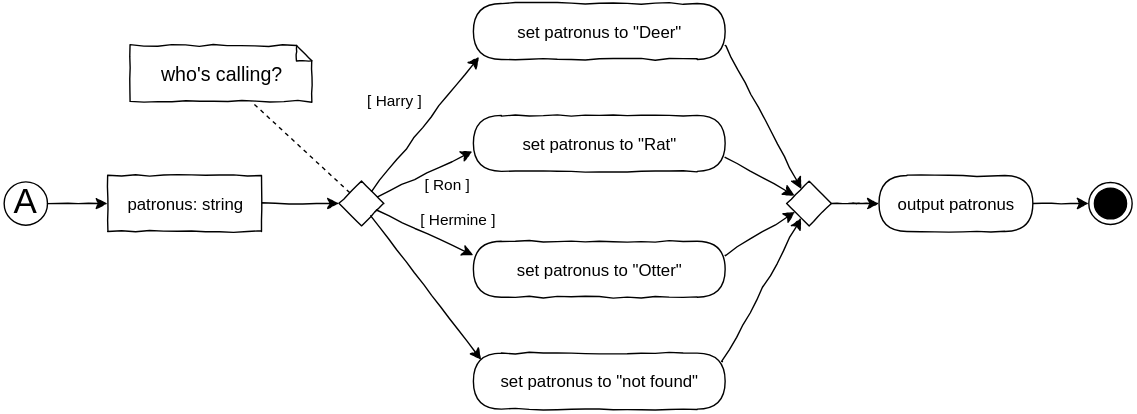
Above: X01_Appendix/UML/BasicMultiple.svg in JirkaDellOro/Code-Inverted (draw.io), before the change. Source tidied: cells renumbered, new cells last; positions are measured from the earlier drawing's top-left corner, leaving out a move shared by most shapes. The source it was exported from:
```xml
<mxGraphModel>
  <root>
    <mxCell id="0" />
    <mxCell id="1" parent="0" />
    <mxCell id="2" value="set patronus to &quot;Rat&quot;" style="rounded=1;whiteSpace=wrap;html=1;absoluteArcSize=1;arcSize=50;strokeWidth=1;shadow=0;comic=1;" parent="1" vertex="1">
      <mxGeometry x="335.5" y="80" width="180" height="40" as="geometry" />
    </mxCell>
    <mxCell id="3" value="[ Ron ]" style="rounded=0;jettySize=auto;html=1;comic=1;entryX=-0.004;entryY=0.645;entryDx=0;entryDy=0;entryPerimeter=0;verticalAlign=top;" parent="1" edge="1" source="8" target="2">
      <mxGeometry x="0.45" y="-3" relative="1" as="geometry" />
    </mxCell>
    <mxCell id="4" style="ellipse;html=1;shape=endState;fillColor=#000000;strokeColor=#000000;comic=1;" parent="1" vertex="1">
      <mxGeometry x="775.5" y="128" width="31" height="30" as="geometry" />
    </mxCell>
    <mxCell id="5" style="edgeStyle=orthogonalEdgeStyle;rounded=0;jettySize=auto;html=1;comic=1;" parent="1" edge="1" source="14" target="4">
      <mxGeometry relative="1" as="geometry" />
    </mxCell>
    <mxCell id="6" value="&lt;font style=&quot;font-size: 25px ; line-height: 60%&quot;&gt;A&lt;/font&gt;" style="ellipse;whiteSpace=wrap;html=1;rounded=0;shadow=0;comic=1;strokeWidth=1;fillColor=#FFFFFF;" parent="1" vertex="1">
      <mxGeometry y="127.5" width="31" height="31" as="geometry" />
    </mxCell>
    <mxCell id="7" style="rounded=0;comic=1;jettySize=auto;html=1;verticalAlign=bottom;exitX=1;exitY=0.75;exitDx=0;exitDy=0;" parent="1" edge="1" source="12" target="10">
      <mxGeometry relative="1" as="geometry" />
    </mxCell>
    <mxCell id="8" style="rhombus;whiteSpace=wrap;html=1;rounded=0;shadow=0;glass=0;comic=1;strokeColor=#000000;align=left;" parent="1" vertex="1">
      <mxGeometry x="239.5" y="127" width="32" height="32" as="geometry" />
    </mxCell>
    <mxCell id="9" style="edgeStyle=orthogonalEdgeStyle;rounded=0;jettySize=auto;html=1;comic=1;" parent="1" edge="1" source="22" target="8">
      <mxGeometry relative="1" as="geometry" />
    </mxCell>
    <mxCell id="10" style="rhombus;whiteSpace=wrap;html=1;rounded=0;shadow=0;glass=0;comic=1;strokeColor=#000000;align=left;" parent="1" vertex="1">
      <mxGeometry x="559.5" y="127" width="32" height="32" as="geometry" />
    </mxCell>
    <mxCell id="11" style="rounded=0;jettySize=auto;html=1;comic=1;exitX=1;exitY=0.75;exitDx=0;exitDy=0;" parent="1" edge="1" source="2" target="10">
      <mxGeometry relative="1" as="geometry" />
    </mxCell>
    <mxCell id="12" value="set patronus to &quot;Deer&quot;" style="rounded=1;whiteSpace=wrap;html=1;absoluteArcSize=1;arcSize=50;strokeWidth=1;shadow=0;comic=1;" parent="1" vertex="1">
      <mxGeometry x="335.5" width="180" height="40" as="geometry" />
    </mxCell>
    <mxCell id="13" value="[ Harry ]" style="rounded=0;comic=1;jettySize=auto;html=1;verticalAlign=middle;entryX=0.023;entryY=0.955;entryDx=0;entryDy=0;entryPerimeter=0;" parent="1" edge="1" source="8" target="12">
      <mxGeometry x="-0.01" y="27" relative="1" as="geometry" />
    </mxCell>
    <mxCell id="14" value="output patronus" style="rounded=1;whiteSpace=wrap;html=1;absoluteArcSize=1;arcSize=50;strokeWidth=1;shadow=0;comic=1;" parent="1" vertex="1">
      <mxGeometry x="625.5" y="123" width="110" height="40" as="geometry" />
    </mxCell>
    <mxCell id="15" style="edgeStyle=orthogonalEdgeStyle;rounded=0;jettySize=auto;html=1;comic=1;" parent="1" edge="1" source="10" target="14">
      <mxGeometry relative="1" as="geometry" />
    </mxCell>
    <mxCell id="16" value="set patronus to &quot;not found&quot;" style="rounded=1;whiteSpace=wrap;html=1;absoluteArcSize=1;arcSize=50;strokeWidth=1;shadow=0;comic=1;" parent="1" vertex="1">
      <mxGeometry x="335.5" y="250" width="180" height="40" as="geometry" />
    </mxCell>
    <mxCell id="17" value="set patronus to &quot;Otter&quot;" style="rounded=1;whiteSpace=wrap;html=1;absoluteArcSize=1;arcSize=50;strokeWidth=1;shadow=0;comic=1;" parent="1" vertex="1">
      <mxGeometry x="335.5" y="170" width="180" height="40" as="geometry" />
    </mxCell>
    <mxCell id="18" value="[ Hermine ]" style="rounded=0;jettySize=auto;html=1;comic=1;entryX=0;entryY=0.25;entryDx=0;entryDy=0;verticalAlign=bottom;" parent="1" edge="1" source="8" target="17">
      <mxGeometry x="0.56" y="11" relative="1" as="geometry" />
    </mxCell>
    <mxCell id="19" style="rounded=0;jettySize=auto;html=1;comic=1;entryX=0.031;entryY=0.119;entryDx=0;entryDy=0;entryPerimeter=0;" parent="1" edge="1" source="8" target="16">
      <mxGeometry relative="1" as="geometry" />
    </mxCell>
    <mxCell id="20" style="rounded=0;jettySize=auto;html=1;comic=1;exitX=1;exitY=0.25;exitDx=0;exitDy=0;" parent="1" edge="1" source="17" target="10">
      <mxGeometry relative="1" as="geometry" />
    </mxCell>
    <mxCell id="21" style="rounded=0;jettySize=auto;html=1;comic=1;exitX=0.989;exitY=0.153;exitDx=0;exitDy=0;exitPerimeter=0;" parent="1" edge="1" source="16" target="10">
      <mxGeometry relative="1" as="geometry" />
    </mxCell>
    <mxCell id="22" value="&lt;div style=&quot;text-align: left&quot;&gt;patronus: string&lt;/div&gt;" style="rounded=0;whiteSpace=wrap;html=1;comic=1;" parent="1" vertex="1">
      <mxGeometry x="74" y="123" width="110" height="40" as="geometry" />
    </mxCell>
    <mxCell id="23" style="edgeStyle=orthogonalEdgeStyle;rounded=0;jettySize=auto;html=1;comic=1;" parent="1" edge="1" source="6" target="22">
      <mxGeometry relative="1" as="geometry" />
    </mxCell>
    <mxCell id="24" value="who's calling?" style="shape=note;strokeWidth=1;fontSize=14;size=11;whiteSpace=wrap;html=1;rounded=0;shadow=0;comic=1;fillColor=#FFFFFF;" parent="1" vertex="1">
      <mxGeometry x="90" y="30" width="130" height="40" as="geometry" />
    </mxCell>
    <mxCell id="25" style="endArrow=none;dashed=1;html=1;" parent="1" edge="1" source="8" target="24">
      <mxGeometry relative="1" as="geometry" />
    </mxCell>
  </root>
</mxGraphModel>
```
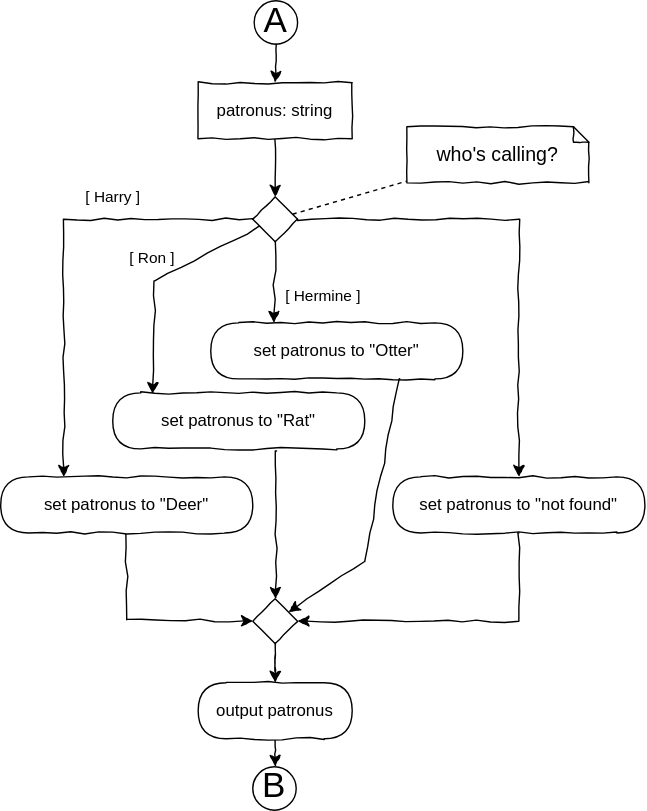
The same diagram one commit later.

Change to the diagram source:
```diff
@@ -3,76 +3,100 @@
     <mxCell id="0" />
     <mxCell id="1" parent="0" />
     <mxCell id="2" value="set patronus to &quot;Rat&quot;" style="rounded=1;whiteSpace=wrap;html=1;absoluteArcSize=1;arcSize=50;strokeWidth=1;shadow=0;comic=1;" parent="1" vertex="1">
-      <mxGeometry x="335.5" y="80" width="180" height="40" as="geometry" />
+      <mxGeometry x="130" y="340" width="180" height="40" as="geometry" />
     </mxCell>
-    <mxCell id="3" value="[ Ron ]" style="rounded=0;jettySize=auto;html=1;comic=1;entryX=-0.004;entryY=0.645;entryDx=0;entryDy=0;entryPerimeter=0;verticalAlign=top;" parent="1" edge="1" source="8" target="2">
-      <mxGeometry x="0.45" y="-3" relative="1" as="geometry" />
+    <mxCell id="3" value="[ Ron ]" style="rounded=0;jettySize=auto;html=1;comic=1;entryX=0.158;entryY=0.018;entryDx=0;entryDy=0;entryPerimeter=0;verticalAlign=top;" parent="1" edge="1" source="8" target="2">
+      <mxGeometry x="-0.12" y="-27" relative="1" as="geometry">
+        <Array as="points">
+          <mxPoint x="160" y="260" />
+        </Array>
+      </mxGeometry>
     </mxCell>
-    <mxCell id="4" style="ellipse;html=1;shape=endState;fillColor=#000000;strokeColor=#000000;comic=1;" parent="1" vertex="1">
-      <mxGeometry x="775.5" y="128" width="31" height="30" as="geometry" />
-    </mxCell>
-    <mxCell id="5" style="edgeStyle=orthogonalEdgeStyle;rounded=0;jettySize=auto;html=1;comic=1;" parent="1" edge="1" source="14" target="4">
+    <mxCell id="5" style="edgeStyle=orthogonalEdgeStyle;rounded=0;jettySize=auto;html=1;comic=1;" parent="1" edge="1" source="14" target="26">
       <mxGeometry relative="1" as="geometry" />
     </mxCell>
     <mxCell id="6" value="&lt;font style=&quot;font-size: 25px ; line-height: 60%&quot;&gt;A&lt;/font&gt;" style="ellipse;whiteSpace=wrap;html=1;rounded=0;shadow=0;comic=1;strokeWidth=1;fillColor=#FFFFFF;" parent="1" vertex="1">
-      <mxGeometry y="127.5" width="31" height="31" as="geometry" />
+      <mxGeometry x="231" y="60" width="31" height="31" as="geometry" />
     </mxCell>
-    <mxCell id="7" style="rounded=0;comic=1;jettySize=auto;html=1;verticalAlign=bottom;exitX=1;exitY=0.75;exitDx=0;exitDy=0;" parent="1" edge="1" source="12" target="10">
-      <mxGeometry relative="1" as="geometry" />
+    <mxCell id="7" style="rounded=0;comic=1;jettySize=auto;html=1;verticalAlign=bottom;exitX=0.5;exitY=1;exitDx=0;exitDy=0;" parent="1" edge="1" source="12" target="10">
+      <mxGeometry relative="1" as="geometry">
+        <Array as="points">
+          <mxPoint x="140" y="502" />
+        </Array>
+      </mxGeometry>
     </mxCell>
     <mxCell id="8" style="rhombus;whiteSpace=wrap;html=1;rounded=0;shadow=0;glass=0;comic=1;strokeColor=#000000;align=left;" parent="1" vertex="1">
-      <mxGeometry x="239.5" y="127" width="32" height="32" as="geometry" />
+      <mxGeometry x="230" y="200" width="32" height="32" as="geometry" />
     </mxCell>
     <mxCell id="9" style="edgeStyle=orthogonalEdgeStyle;rounded=0;jettySize=auto;html=1;comic=1;" parent="1" edge="1" source="22" target="8">
       <mxGeometry relative="1" as="geometry" />
     </mxCell>
     <mxCell id="10" style="rhombus;whiteSpace=wrap;html=1;rounded=0;shadow=0;glass=0;comic=1;strokeColor=#000000;align=left;" parent="1" vertex="1">
-      <mxGeometry x="559.5" y="127" width="32" height="32" as="geometry" />
+      <mxGeometry x="230" y="487" width="32" height="32" as="geometry" />
     </mxCell>
-    <mxCell id="11" style="rounded=0;jettySize=auto;html=1;comic=1;exitX=1;exitY=0.75;exitDx=0;exitDy=0;" parent="1" edge="1" source="2" target="10">
+    <mxCell id="11" style="rounded=0;jettySize=auto;html=1;comic=1;exitX=0.65;exitY=1.038;exitDx=0;exitDy=0;exitPerimeter=0;" parent="1" edge="1" source="2" target="10">
       <mxGeometry relative="1" as="geometry" />
     </mxCell>
     <mxCell id="12" value="set patronus to &quot;Deer&quot;" style="rounded=1;whiteSpace=wrap;html=1;absoluteArcSize=1;arcSize=50;strokeWidth=1;shadow=0;comic=1;" parent="1" vertex="1">
-      <mxGeometry x="335.5" width="180" height="40" as="geometry" />
+      <mxGeometry x="50" y="400" width="180" height="40" as="geometry" />
     </mxCell>
-    <mxCell id="13" value="[ Harry ]" style="rounded=0;comic=1;jettySize=auto;html=1;verticalAlign=middle;entryX=0.023;entryY=0.955;entryDx=0;entryDy=0;entryPerimeter=0;" parent="1" edge="1" source="8" target="12">
-      <mxGeometry x="-0.01" y="27" relative="1" as="geometry" />
+    <mxCell id="13" value="[ Harry ]" style="rounded=0;comic=1;jettySize=auto;html=1;verticalAlign=middle;entryX=0.25;entryY=0;entryDx=0;entryDy=0;" parent="1" edge="1" source="8" target="12">
+      <mxGeometry x="-0.37" y="-16" relative="1" as="geometry">
+        <Array as="points">
+          <mxPoint x="95" y="216" />
+        </Array>
+      </mxGeometry>
     </mxCell>
     <mxCell id="14" value="output patronus" style="rounded=1;whiteSpace=wrap;html=1;absoluteArcSize=1;arcSize=50;strokeWidth=1;shadow=0;comic=1;" parent="1" vertex="1">
-      <mxGeometry x="625.5" y="123" width="110" height="40" as="geometry" />
+      <mxGeometry x="191" y="547" width="110" height="40" as="geometry" />
     </mxCell>
     <mxCell id="15" style="edgeStyle=orthogonalEdgeStyle;rounded=0;jettySize=auto;html=1;comic=1;" parent="1" edge="1" source="10" target="14">
       <mxGeometry relative="1" as="geometry" />
     </mxCell>
     <mxCell id="16" value="set patronus to &quot;not found&quot;" style="rounded=1;whiteSpace=wrap;html=1;absoluteArcSize=1;arcSize=50;strokeWidth=1;shadow=0;comic=1;" parent="1" vertex="1">
-      <mxGeometry x="335.5" y="250" width="180" height="40" as="geometry" />
+      <mxGeometry x="330" y="400" width="180" height="40" as="geometry" />
     </mxCell>
     <mxCell id="17" value="set patronus to &quot;Otter&quot;" style="rounded=1;whiteSpace=wrap;html=1;absoluteArcSize=1;arcSize=50;strokeWidth=1;shadow=0;comic=1;" parent="1" vertex="1">
-      <mxGeometry x="335.5" y="170" width="180" height="40" as="geometry" />
+      <mxGeometry x="200" y="290" width="180" height="40" as="geometry" />
     </mxCell>
-    <mxCell id="18" value="[ Hermine ]" style="rounded=0;jettySize=auto;html=1;comic=1;entryX=0;entryY=0.25;entryDx=0;entryDy=0;verticalAlign=bottom;" parent="1" edge="1" source="8" target="17">
-      <mxGeometry x="0.56" y="11" relative="1" as="geometry" />
+    <mxCell id="18" value="[ Hermine ]" style="rounded=0;jettySize=auto;html=1;comic=1;entryX=0.25;entryY=0;entryDx=0;entryDy=0;verticalAlign=bottom;" parent="1" edge="1" source="8" target="17">
+      <mxGeometry x="0.64" y="35" relative="1" as="geometry" />
     </mxCell>
-    <mxCell id="19" style="rounded=0;jettySize=auto;html=1;comic=1;entryX=0.031;entryY=0.119;entryDx=0;entryDy=0;entryPerimeter=0;" parent="1" edge="1" source="8" target="16">
-      <mxGeometry relative="1" as="geometry" />
+    <mxCell id="19" style="rounded=0;jettySize=auto;html=1;comic=1;entryX=0.5;entryY=0;entryDx=0;entryDy=0;" parent="1" edge="1" source="8" target="16">
+      <mxGeometry relative="1" as="geometry">
+        <Array as="points">
+          <mxPoint x="420" y="216" />
+        </Array>
+      </mxGeometry>
     </mxCell>
-    <mxCell id="20" style="rounded=0;jettySize=auto;html=1;comic=1;exitX=1;exitY=0.25;exitDx=0;exitDy=0;" parent="1" edge="1" source="17" target="10">
-      <mxGeometry relative="1" as="geometry" />
+    <mxCell id="20" style="rounded=0;jettySize=auto;html=1;comic=1;exitX=0.75;exitY=1;exitDx=0;exitDy=0;" parent="1" edge="1" source="17" target="10">
+      <mxGeometry relative="1" as="geometry">
+        <Array as="points">
+          <mxPoint x="310" y="460" />
+        </Array>
+      </mxGeometry>
     </mxCell>
-    <mxCell id="21" style="rounded=0;jettySize=auto;html=1;comic=1;exitX=0.989;exitY=0.153;exitDx=0;exitDy=0;exitPerimeter=0;" parent="1" edge="1" source="16" target="10">
-      <mxGeometry relative="1" as="geometry" />
+    <mxCell id="21" style="rounded=0;jettySize=auto;html=1;comic=1;exitX=0.5;exitY=1;exitDx=0;exitDy=0;" parent="1" edge="1" source="16" target="10">
+      <mxGeometry relative="1" as="geometry">
+        <Array as="points">
+          <mxPoint x="420" y="503" />
+        </Array>
+      </mxGeometry>
     </mxCell>
     <mxCell id="22" value="&lt;div style=&quot;text-align: left&quot;&gt;patronus: string&lt;/div&gt;" style="rounded=0;whiteSpace=wrap;html=1;comic=1;" parent="1" vertex="1">
-      <mxGeometry x="74" y="123" width="110" height="40" as="geometry" />
+      <mxGeometry x="191" y="118.5" width="110" height="40" as="geometry" />
     </mxCell>
     <mxCell id="23" style="edgeStyle=orthogonalEdgeStyle;rounded=0;jettySize=auto;html=1;comic=1;" parent="1" edge="1" source="6" target="22">
       <mxGeometry relative="1" as="geometry" />
     </mxCell>
     <mxCell id="24" value="who's calling?" style="shape=note;strokeWidth=1;fontSize=14;size=11;whiteSpace=wrap;html=1;rounded=0;shadow=0;comic=1;fillColor=#FFFFFF;" parent="1" vertex="1">
-      <mxGeometry x="90" y="30" width="130" height="40" as="geometry" />
+      <mxGeometry x="340" y="150" width="130" height="40" as="geometry" />
     </mxCell>
     <mxCell id="25" style="endArrow=none;dashed=1;html=1;" parent="1" edge="1" source="8" target="24">
       <mxGeometry relative="1" as="geometry" />
     </mxCell>
+    <mxCell id="26" value="&lt;font style=&quot;font-size: 25px ; line-height: 60%&quot;&gt;B&lt;/font&gt;" style="ellipse;whiteSpace=wrap;html=1;rounded=0;shadow=0;comic=1;strokeWidth=1;fillColor=#FFFFFF;" parent="1" vertex="1">
+      <mxGeometry x="230" y="607" width="31" height="31" as="geometry" />
+    </mxCell>
   </root>
 </mxGraphModel>
```
